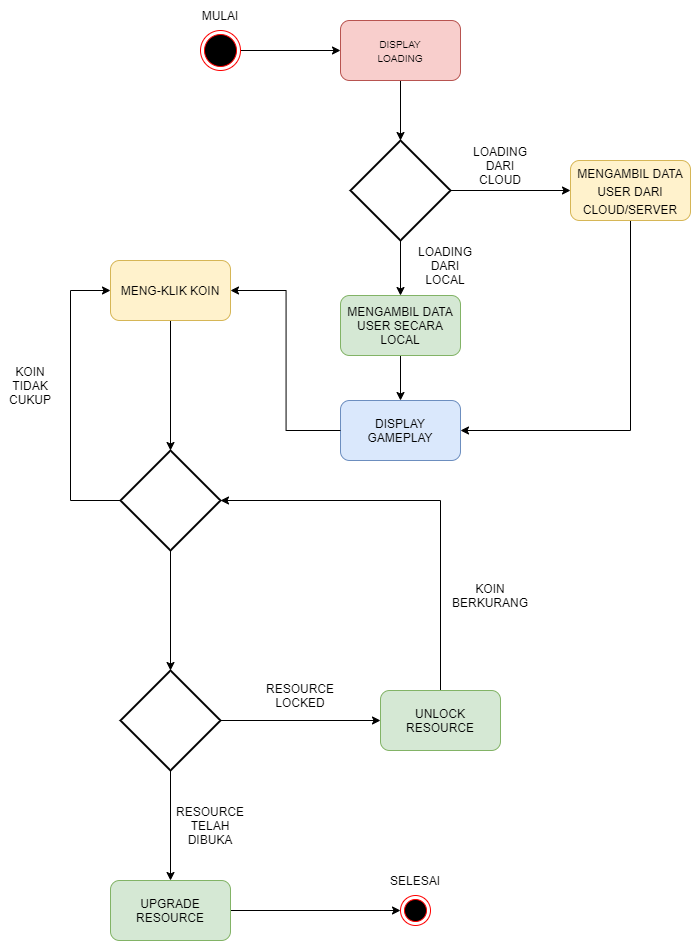
This is Activity Diagram.drawio.png from andreasmarbun14/Diagram-Draw-io, a draw.io export, as it was before one commit. Source tidied: cells renumbered, new cells last; positions are measured from the earlier drawing's top-left corner, leaving out a move shared by most shapes.
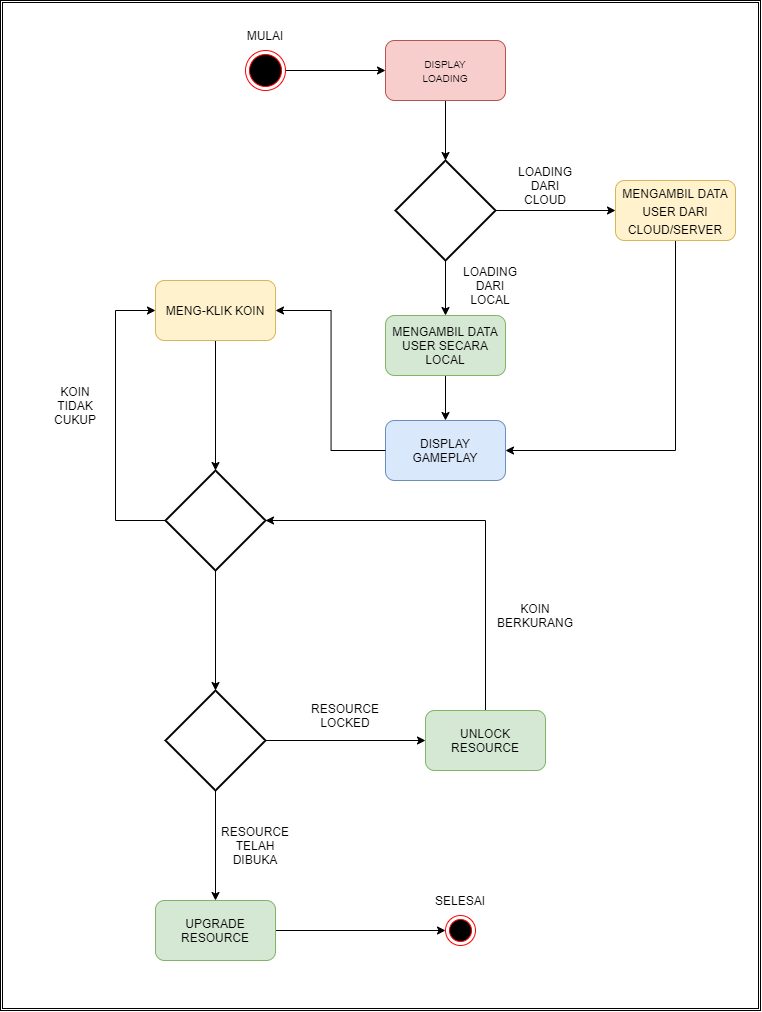
Later version of the same file.

Diff of the diagram source:
```diff
@@ -2,6 +2,9 @@
   <root>
     <mxCell id="0" />
     <mxCell id="1" parent="0" />
+    <mxCell id="36" style="shape=ext;double=1;rounded=0;whiteSpace=wrap;html=1;fontSize=12;" parent="1" vertex="1">
+      <mxGeometry x="-45" y="-20" width="760" height="1010" as="geometry" />
+    </mxCell>
     <mxCell id="2" style="edgeStyle=orthogonalEdgeStyle;rounded=0;jettySize=auto;html=1;entryX=0;entryY=0.5;entryDx=0;entryDy=0;fontSize=12;" parent="1" edge="1" source="3" target="6">
       <mxGeometry relative="1" as="geometry" />
     </mxCell>
```
